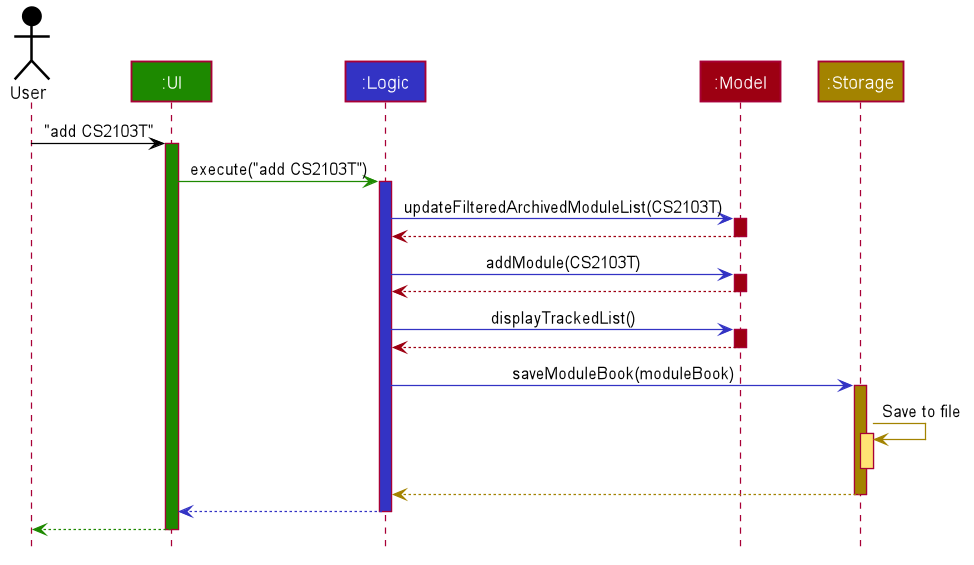
The PlantUML diagram docs/images/ArchitectureSequenceDiagram.png in nus-cs2103-AY1920S1/addressbook-level3, before a commit.
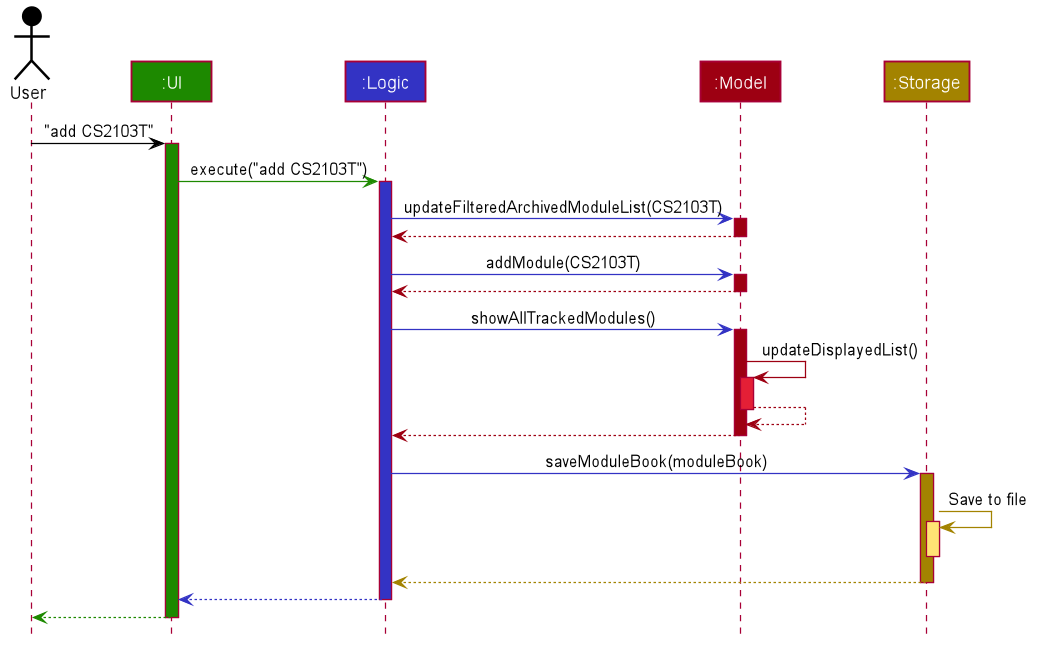
Above is the later version.

Diff of the diagram source:
```diff
@@ -12,6 +12,8 @@
 skinparam Shadowing false
 
 skinparam Class {
+    AttributeFontColor #FFFFFF
+    AttributeFontName Arial
     FontColor #FFFFFF
     BorderThickness 1
     BorderColor #FFFFFF
@@ -72,8 +74,14 @@
 model --[#9D0012]> logic
 deactivate model
 
-logic -[#3333C4]> model : displayTrackedList()
+logic -[#3333C4]> model : showAllTrackedModules()
 activate model #9D0012
+
+model -[#9D0012]> model : updateDisplayedList()
+activate model #E41F36
+
+model --[#9D0012]> model
+deactivate model #E41F36
 
 model -[#9D0012]-> logic
 deactivate model
```
